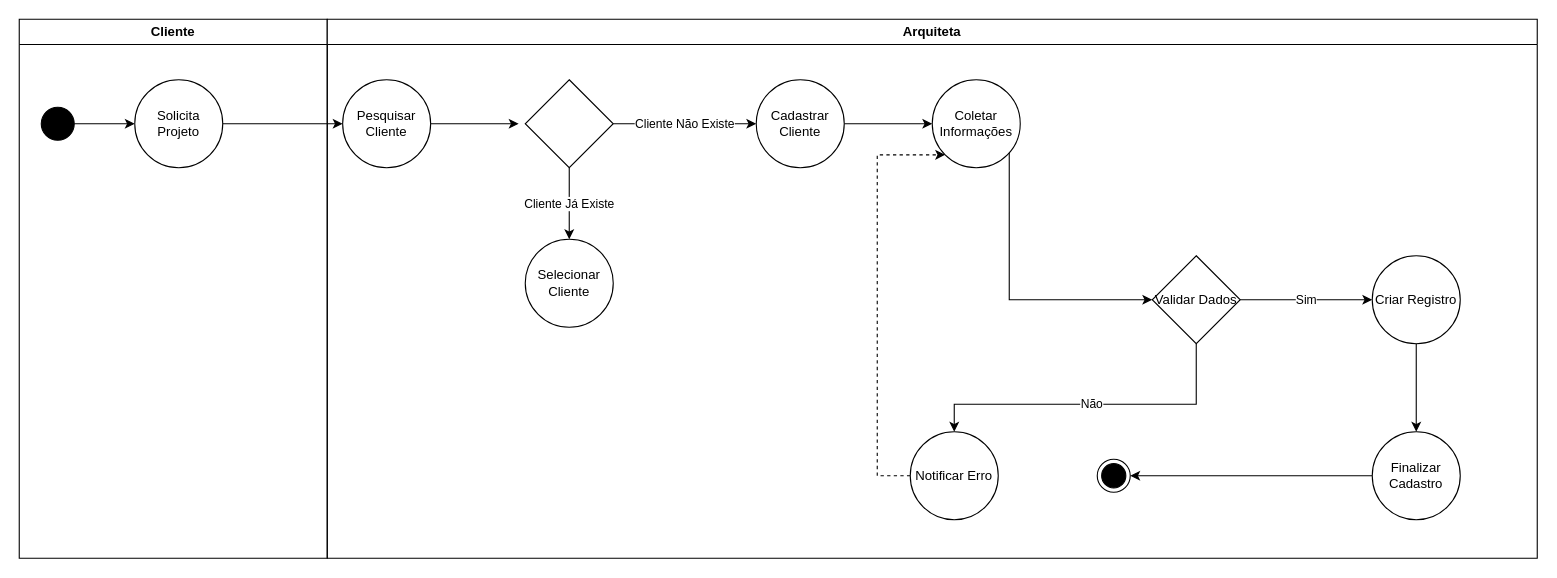
Before: page "DiagramaAtividades" (1 of 2) of Diagramas/CadastrarClientesAtividades.drawio in gabsdnker/ES-I, a draw.io diagram. Source tidied: cells renumbered, new cells numbered last; positions are measured from the earlier drawing's top-left corner, leaving out a move shared by most shapes. Both pictures are drawn from the tidied source at 110%, with x=0, y=0 at pixel (19, 19).
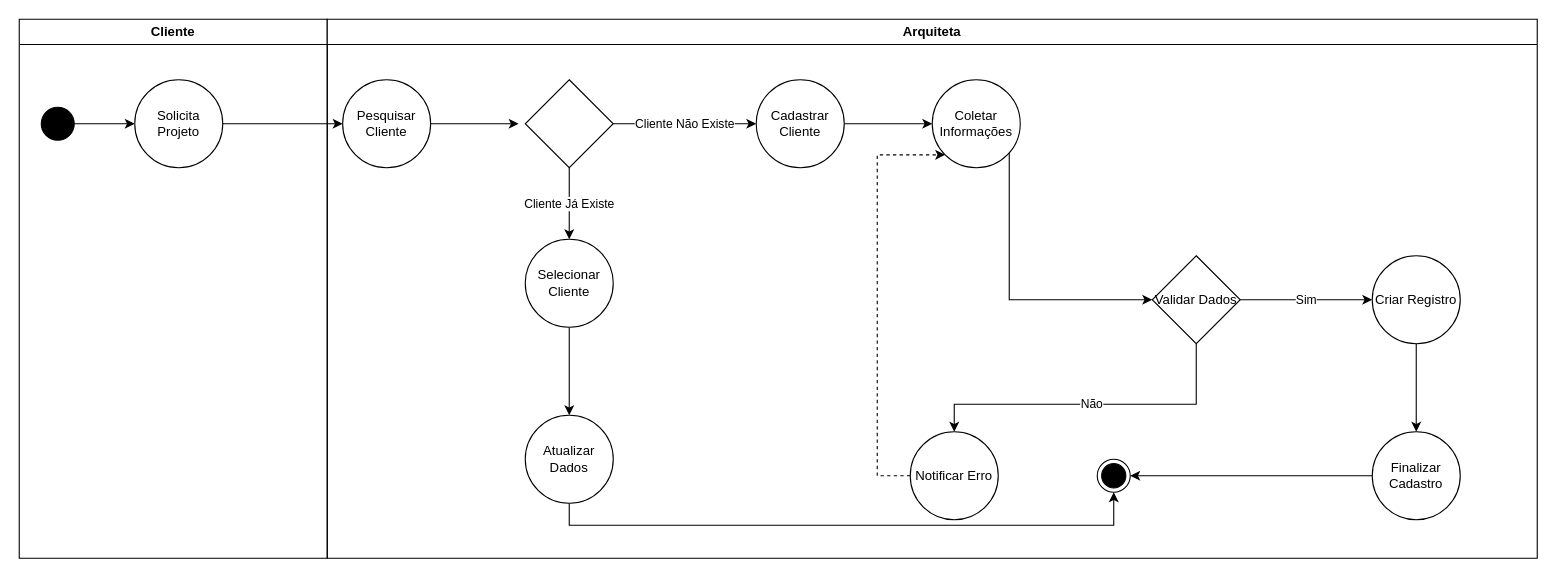
The same page after the edit.

The change refers to these unchanged cells:
```xml
<mxCell id="6" value="Arquiteta" style="swimlane;whiteSpace=wrap;html=1;" parent="1" vertex="1">
  <mxGeometry x="280" width="1100" height="490" as="geometry" />
</mxCell>
<mxCell id="12" value="Selecionar Cliente" style="ellipse;whiteSpace=wrap;html=1;" parent="6" vertex="1">
  <mxGeometry x="180" y="200" width="80" height="80" as="geometry" />
</mxCell>
<mxCell id="26" style="ellipse;html=1;shape=endState;fillColor=strokeColor;" parent="6" vertex="1">
  <mxGeometry x="700" y="400" width="30" height="30" as="geometry" />
</mxCell>
```

The edit, as a diff of the source:
```diff
@@
+    <mxCell id="28" style="edgeStyle=orthogonalEdgeStyle;rounded=0;jettySize=auto;html=1;" parent="6" edge="1" source="12" target="30">
+      <mxGeometry relative="1" as="geometry" />
+    </mxCell>
@@
+    <mxCell id="29" style="edgeStyle=orthogonalEdgeStyle;rounded=0;jettySize=auto;html=1;entryX=0.5;entryY=1;entryDx=0;entryDy=0;exitX=0.5;exitY=1;exitDx=0;exitDy=0;" parent="6" edge="1" source="30" target="26">
+      <mxGeometry relative="1" as="geometry" />
+    </mxCell>
+    <mxCell id="30" value="Atualizar Dados" style="ellipse;whiteSpace=wrap;html=1;" parent="6" vertex="1">
+      <mxGeometry x="180" y="360" width="80" height="80" as="geometry" />
+    </mxCell>
```
